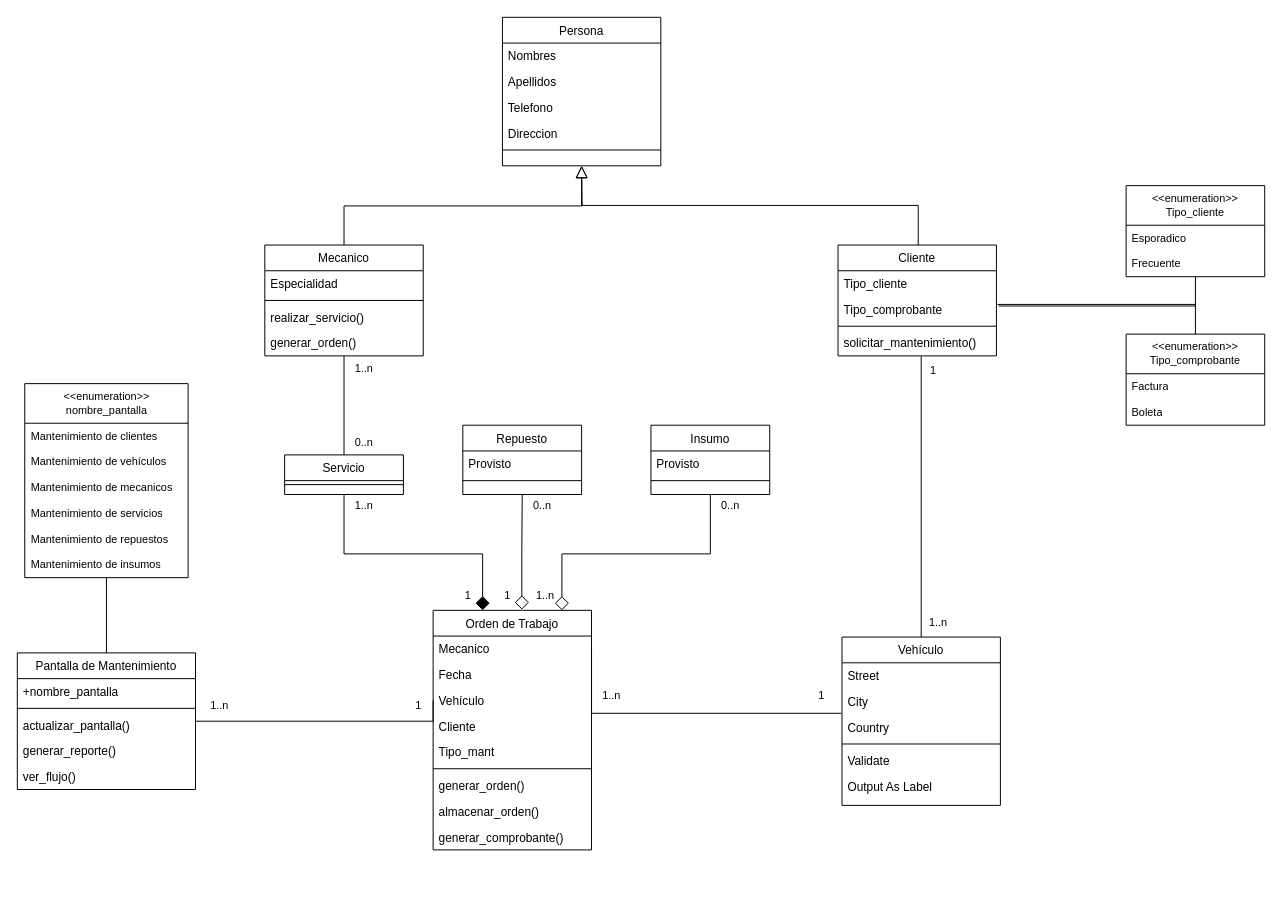
This is diag clases.drawio from KeiKurono96/Experiencias3, a draw.io file, before an edit. Source tidied: cells renumbered, new cells numbered last; positions are measured from the earlier drawing's top-left corner, leaving out a move shared by most shapes. Both pictures are drawn from the tidied source at 99%, with x=0, y=0 at pixel (17, 17).
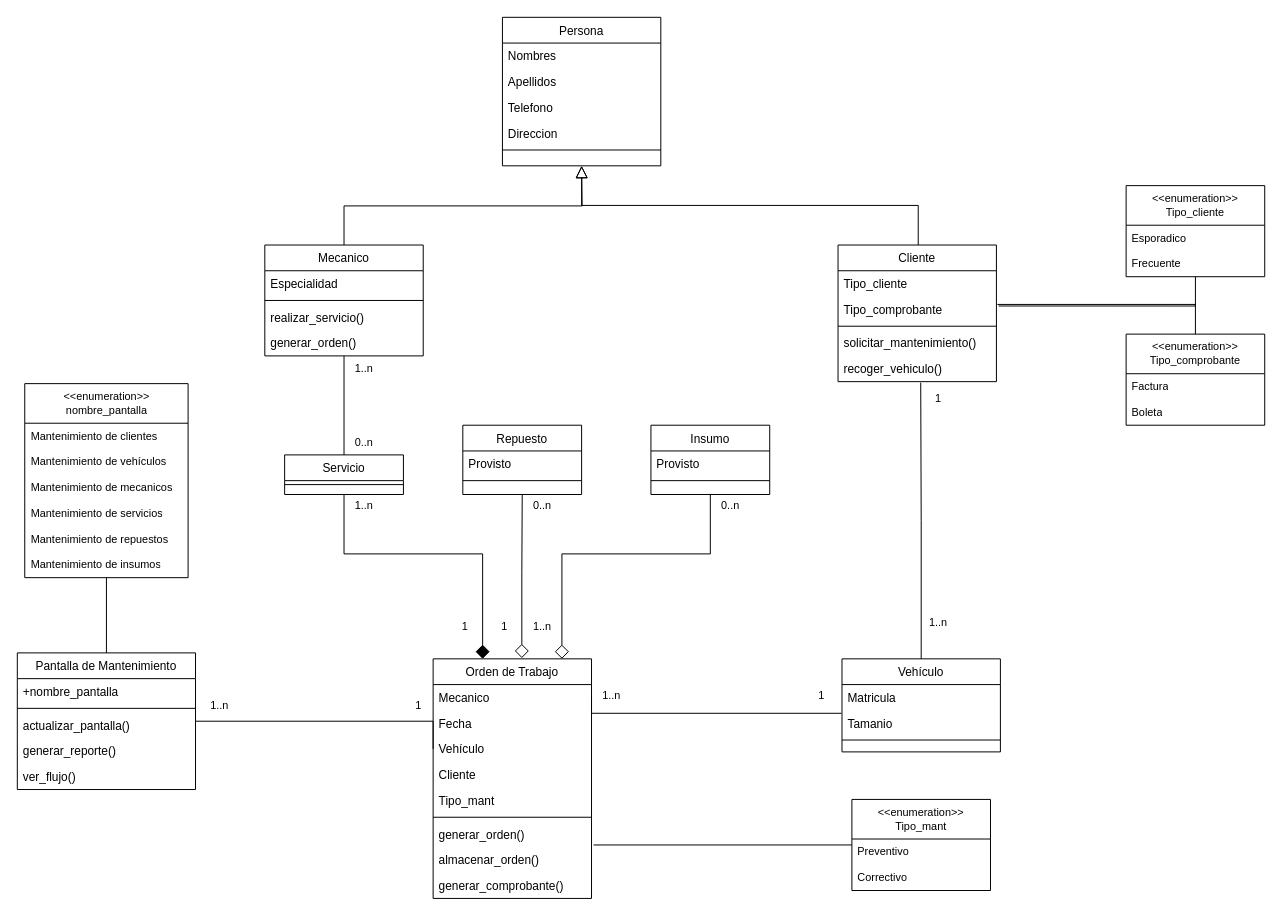
The same diagram, later.

Unchanged cells that the change refers to:
```xml
<mxCell id="22" value="Mecanico" style="text;align=left;verticalAlign=top;spacingLeft=4;spacingRight=4;overflow=hidden;points=[[0,0.5],[1,0.5]];portConstraint=eastwest;" parent="21" vertex="1">
  <mxGeometry y="26" width="160" height="26" as="geometry" />
</mxCell>
<mxCell id="28" value="generar_orden()" style="text;align=left;verticalAlign=top;spacingLeft=4;spacingRight=4;overflow=hidden;points=[[0,0.5],[1,0.5]];portConstraint=eastwest;" parent="21" vertex="1">
  <mxGeometry y="164" width="160" height="26" as="geometry" />
</mxCell>
<mxCell id="65" value="solicitar_mantenimiento()" style="text;align=left;verticalAlign=top;spacingLeft=4;spacingRight=4;overflow=hidden;points=[[0,0.5],[1,0.5]];portConstraint=eastwest;" parent="61" vertex="1">
  <mxGeometry y="86" width="160" height="26" as="geometry" />
</mxCell>
```

The edit, as a diff of the source:
```diff
@@
     <mxCell id="5" value="Vehículo" style="swimlane;fontStyle=0;align=center;verticalAlign=top;horizontal=1;startSize=26;rounded=0;shadow=0;strokeWidth=1;" parent="1" vertex="1">
-      <mxGeometry x="833" y="626" width="160" height="170" as="geometry" />
+      <mxGeometry x="833" y="648" width="160" height="94" as="geometry" />
     </mxCell>
-    <mxCell id="6" value="Street" style="text;align=left;verticalAlign=top;spacingLeft=4;spacingRight=4;overflow=hidden;" parent="5" vertex="1">
+    <mxCell id="6" value="Matricula" style="text;align=left;verticalAlign=top;spacingLeft=4;spacingRight=4;overflow=hidden;" parent="5" vertex="1">
       <mxGeometry y="26" width="160" height="26" as="geometry" />
     </mxCell>
-    <mxCell id="7" value="City" style="text;align=left;verticalAlign=top;spacingLeft=4;spacingRight=4;overflow=hidden;rounded=0;shadow=0;html=0;" parent="5" vertex="1">
+    <mxCell id="7" value="Tamanio" style="text;align=left;verticalAlign=top;spacingLeft=4;spacingRight=4;overflow=hidden;rounded=0;shadow=0;html=0;" parent="5" vertex="1">
       <mxGeometry y="52" width="160" height="26" as="geometry" />
     </mxCell>
-    <mxCell id="8" value="Country" style="text;align=left;verticalAlign=top;spacingLeft=4;spacingRight=4;overflow=hidden;points=[[0,0.5],[1,0.5]];portConstraint=eastwest;rounded=0;shadow=0;html=0;" parent="5" vertex="1">
-      <mxGeometry y="78" width="160" height="26" as="geometry" />
-    </mxCell>
     <mxCell id="9" style="line;html=1;strokeWidth=1;align=left;verticalAlign=middle;spacingTop=-1;spacingLeft=3;spacingRight=3;labelPosition=right;" parent="5" vertex="1">
-      <mxGeometry y="104" width="160" height="8" as="geometry" />
+      <mxGeometry y="78" width="160" height="8" as="geometry" />
     </mxCell>
-    <mxCell id="10" value="Validate" style="text;align=left;verticalAlign=top;spacingLeft=4;spacingRight=4;overflow=hidden;" parent="5" vertex="1">
-      <mxGeometry y="112" width="160" height="26" as="geometry" />
-    </mxCell>
-    <mxCell id="11" value="Output As Label" style="text;align=left;verticalAlign=top;spacingLeft=4;spacingRight=4;overflow=hidden;" parent="5" vertex="1">
-      <mxGeometry y="138" width="160" height="26" as="geometry" />
-    </mxCell>
-    <mxCell id="12" style="endArrow=none;shadow=0;strokeWidth=1;rounded=0;endFill=0;edgeStyle=elbowEdgeStyle;elbow=vertical;exitX=1;exitY=0.5;exitDx=0;exitDy=0;entryX=-0.004;entryY=-0.03;entryDx=0;entryDy=0;entryPerimeter=0;" parent="1" edge="1" source="22" target="8">
+    <mxCell id="12" style="endArrow=none;shadow=0;strokeWidth=1;rounded=0;endFill=0;edgeStyle=elbowEdgeStyle;elbow=vertical;exitX=1;exitY=0.5;exitDx=0;exitDy=0;entryX=-0.004;entryY=-0.03;entryDx=0;entryDy=0;entryPerimeter=0;" parent="1" edge="1" source="22">
       <mxGeometry x="0.5" y="41" relative="1" as="geometry">
+        <mxPoint x="832.4" y="703.2" as="targetPoint" />
         <Array as="points">
           <mxPoint x="700" y="703" />
         </Array>
         <mxPoint x="-40" y="32" as="offset" />
       </mxGeometry>
     </mxCell>
@@
     <mxCell id="21" value="Orden de Trabajo" style="swimlane;fontStyle=0;align=center;verticalAlign=top;horizontal=1;startSize=26;rounded=0;shadow=0;strokeWidth=1;" parent="1" vertex="1">
-      <mxGeometry x="420" y="599" width="160" height="242" as="geometry" />
+      <mxGeometry x="420" y="648" width="160" height="242" as="geometry" />
     </mxCell>
@@
-    <mxCell id="39" style="edgeStyle=orthogonalEdgeStyle;shape=connector;rounded=0;jettySize=auto;html=1;entryX=0.525;entryY=1.017;entryDx=0;entryDy=0;labelBackgroundColor=default;strokeColor=default;fontFamily=Helvetica;fontSize=11;fontColor=default;endArrow=none;endFill=0;entryPerimeter=0;" parent="1" edge="1" source="5" target="65">
+    <mxCell id="39" style="edgeStyle=orthogonalEdgeStyle;shape=connector;rounded=0;jettySize=auto;html=1;entryX=0.522;entryY=1.038;entryDx=0;entryDy=0;labelBackgroundColor=default;strokeColor=default;fontFamily=Helvetica;fontSize=11;fontColor=default;endArrow=none;endFill=0;entryPerimeter=0;" parent="1" edge="1" source="5" target="88">
       <mxGeometry relative="1" as="geometry" />
     </mxCell>
@@
     <mxCell id="61" value="Cliente" style="swimlane;fontStyle=0;align=center;verticalAlign=top;horizontal=1;startSize=26;rounded=0;shadow=0;strokeWidth=1;" parent="1" vertex="1">
-      <mxGeometry x="829" y="230" width="160" height="112" as="geometry" />
+      <mxGeometry x="829" y="230" width="160" height="138" as="geometry" />
     </mxCell>
@@
+    <mxCell id="88" value="recoger_vehiculo()" style="text;align=left;verticalAlign=top;spacingLeft=4;spacingRight=4;overflow=hidden;points=[[0,0.5],[1,0.5]];portConstraint=eastwest;" parent="61" vertex="1">
+      <mxGeometry y="112" width="160" height="26" as="geometry" />
+    </mxCell>
@@
     <mxCell id="69" value="1" style="text;html=1;align=center;verticalAlign=middle;strokeColor=none;fillColor=none;fontSize=11;fontFamily=Helvetica;fontColor=default;" parent="1" vertex="1">
-      <mxGeometry x="910" y="342" width="30" height="30" as="geometry" />
+      <mxGeometry x="915" y="370" width="30" height="30" as="geometry" />
     </mxCell>
@@
     <mxCell id="75" value="1" style="text;html=1;align=center;verticalAlign=middle;strokeColor=none;fillColor=none;fontSize=11;fontFamily=Helvetica;fontColor=default;" parent="1" vertex="1">
-      <mxGeometry x="440" y="569" width="30" height="30" as="geometry" />
+      <mxGeometry x="437" y="600" width="30" height="30" as="geometry" />
     </mxCell>
     <mxCell id="76" value="1" style="text;html=1;align=center;verticalAlign=middle;strokeColor=none;fillColor=none;fontSize=11;fontFamily=Helvetica;fontColor=default;" parent="1" vertex="1">
-      <mxGeometry x="480" y="569" width="30" height="30" as="geometry" />
+      <mxGeometry x="477" y="600" width="30" height="30" as="geometry" />
     </mxCell>
     <mxCell id="77" value="1..n" style="text;html=1;align=center;verticalAlign=middle;strokeColor=none;fillColor=none;fontSize=11;fontFamily=Helvetica;fontColor=default;" parent="1" vertex="1">
-      <mxGeometry x="513" y="569" width="40" height="30" as="geometry" />
+      <mxGeometry x="510" y="600" width="40" height="30" as="geometry" />
     </mxCell>
@@
+    <mxCell id="89" style="edgeStyle=orthogonalEdgeStyle;shape=connector;rounded=0;jettySize=auto;html=1;entryX=1.013;entryY=0.923;entryDx=0;entryDy=0;entryPerimeter=0;labelBackgroundColor=default;strokeColor=default;fontFamily=Helvetica;fontSize=11;fontColor=default;endArrow=none;endFill=0;" parent="1" edge="1" source="90" target="28">
+      <mxGeometry relative="1" as="geometry" />
+    </mxCell>
+    <mxCell id="90" value="&amp;lt;&amp;lt;enumeration&amp;gt;&amp;gt;&lt;br&gt;Tipo_mant" style="swimlane;fontStyle=0;horizontal=1;startSize=40;fillColor=none;whiteSpace=wrap;html=1;fontFamily=Helvetica;fontSize=11;fontColor=default;" parent="1" vertex="1">
+      <mxGeometry x="843" y="790" width="140" height="92" as="geometry" />
+    </mxCell>
+    <mxCell id="91" value="Preventivo" style="text;strokeColor=none;fillColor=none;align=left;verticalAlign=top;spacingLeft=4;spacingRight=4;overflow=hidden;whiteSpace=wrap;html=1;fontSize=11;fontFamily=Helvetica;fontColor=default;" parent="90" vertex="1">
+      <mxGeometry y="40" width="140" height="26" as="geometry" />
+    </mxCell>
+    <mxCell id="92" value="Correctivo" style="text;strokeColor=none;fillColor=none;align=left;verticalAlign=top;spacingLeft=4;spacingRight=4;overflow=hidden;whiteSpace=wrap;html=1;fontSize=11;fontFamily=Helvetica;fontColor=default;" parent="90" vertex="1">
+      <mxGeometry y="66" width="140" height="26" as="geometry" />
+    </mxCell>
```
